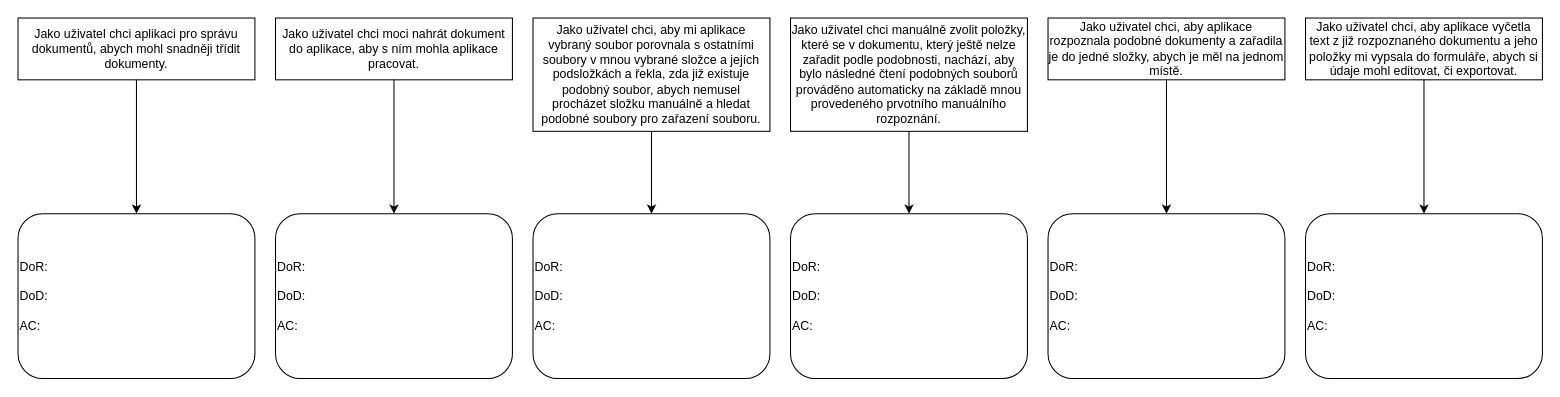
Earlier version of the draw.io diagram documentation/requirements.drawio (marie-sramkova/DP_document_management). Source tidied: cells renumbered, new cells numbered last; positions are measured from the earlier drawing's top-left corner, leaving out a move shared by most shapes. Both pictures are drawn from the tidied source at 103%, with x=0, y=0 at pixel (18, 18).
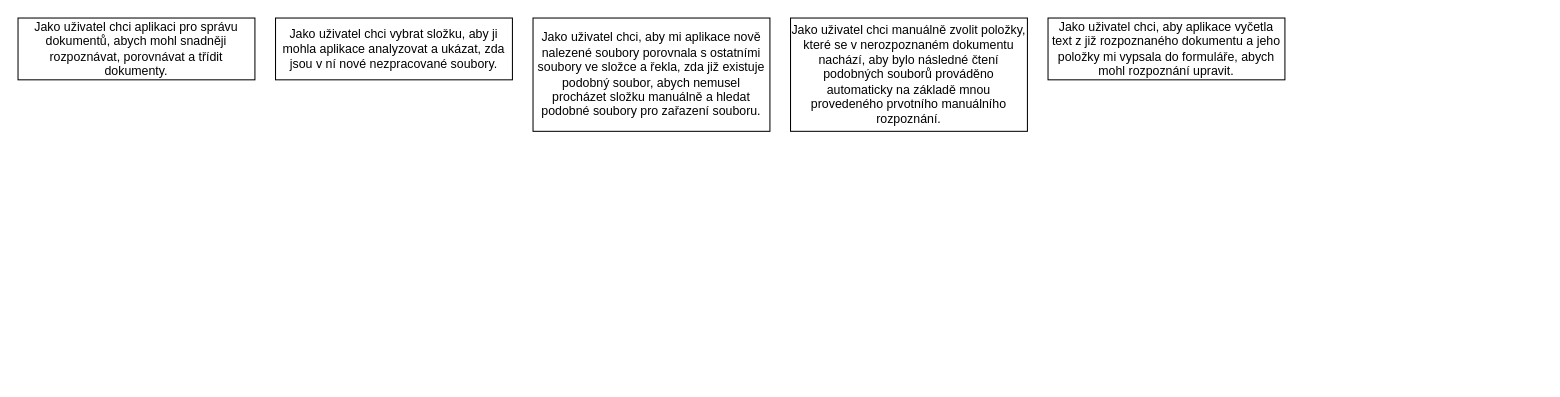
The same page after the edit.

The edit, as a diff of the source:
```diff
@@
 <mxGraphModel>
   <root>
     <mxCell id="0" />
     <mxCell id="1" parent="0" />
-    <mxCell id="2" value="Jako uživatel chci aplikaci pro správu dokumentů, abych mohl snadněji třídit dokumenty." style="rounded=0;whiteSpace=wrap;html=1;" parent="1" vertex="1">
+    <mxCell id="2" value="Jako uživatel chci aplikaci pro správu dokumentů, abych mohl snadněji rozpoznávat, porovnávat&amp;nbsp;a třídit dokumenty." style="rounded=0;whiteSpace=wrap;html=1;" parent="1" vertex="1">
       <mxGeometry width="230" height="60" as="geometry" />
     </mxCell>
-    <mxCell id="3" value="Jako uživatel chci moci nahrát dokument do aplikace, aby s ním mohla aplikace pracovat." style="rounded=0;whiteSpace=wrap;html=1;" parent="1" vertex="1">
+    <mxCell id="3" value="Jako uživatel chci vybrat složku, aby ji mohla aplikace analyzovat a ukázat, zda jsou v ní nové nezpracované soubory." style="rounded=0;whiteSpace=wrap;html=1;" parent="1" vertex="1">
       <mxGeometry x="250" width="230" height="60" as="geometry" />
     </mxCell>
-    <mxCell id="4" value="Jako uživatel chci, aby mi aplikace vybraný soubor porovnala s ostatními soubory v mnou vybrané složce a jejích podsložkách a řekla, zda již existuje podobný soubor, abych nemusel procházet složku manuálně a hledat podobné soubory pro zařazení souboru." style="rounded=0;whiteSpace=wrap;html=1;" parent="1" vertex="1">
+    <mxCell id="4" value="Jako uživatel chci, aby mi aplikace nově nalezené&amp;nbsp;soubory porovnala s ostatními soubory ve složce a řekla, zda již existuje podobný soubor, abych nemusel procházet složku manuálně a hledat podobné soubory pro zařazení souboru." style="rounded=0;whiteSpace=wrap;html=1;" parent="1" vertex="1">
       <mxGeometry x="500" width="230" height="110" as="geometry" />
     </mxCell>
-    <mxCell id="5" value="Jako uživatel chci manuálně zvolit položky, které se v dokumentu, který ještě nelze zařadit podle podobnosti, nachází, aby bylo následné čtení podobných souborů prováděno automaticky na základě mnou provedeného prvotního manuálního rozpoznání." style="rounded=0;whiteSpace=wrap;html=1;" parent="1" vertex="1">
+    <mxCell id="5" value="Jako uživatel chci manuálně zvolit položky, které se v nerozpoznaném dokumentu nachází, aby bylo následné čtení podobných souborů prováděno automaticky na základě mnou provedeného prvotního manuálního rozpoznání." style="rounded=0;whiteSpace=wrap;html=1;" parent="1" vertex="1">
       <mxGeometry x="750" width="230" height="110" as="geometry" />
     </mxCell>
-    <mxCell id="6" value="Jako uživatel chci, aby aplikace rozpoznala podobné dokumenty a zařadila je do jedné složky, abych je měl na jednom místě." style="rounded=0;whiteSpace=wrap;html=1;" parent="1" vertex="1">
-      <mxGeometry x="1000" width="230" height="60" as="geometry" />
-    </mxCell>
-    <mxCell id="7" value="Jako uživatel chci, aby aplikace vyčetla text z již rozpoznaného dokumentu a jeho položky mi vypsala do formuláře, abych si údaje mohl editovat, či exportovat." style="rounded=0;whiteSpace=wrap;html=1;" parent="1" vertex="1">
-      <mxGeometry x="1250" width="230" height="60" as="geometry" />
+    <mxCell id="7" value="Jako uživatel chci, aby aplikace vyčetla text z již rozpoznaného dokumentu a jeho položky mi vypsala do formuláře, abych mohl rozpoznání upravit." style="rounded=0;whiteSpace=wrap;html=1;" parent="1" vertex="1">
+      <mxGeometry x="1000" width="230" height="60" as="geometry" />
     </mxCell>
-    <mxCell id="8" value="&lt;div style=&quot;&quot;&gt;&lt;span style=&quot;background-color: initial;&quot;&gt;DoR:&lt;/span&gt;&lt;/div&gt;&lt;div style=&quot;&quot;&gt;&lt;span style=&quot;background-color: initial;&quot;&gt;&lt;br&gt;&lt;/span&gt;&lt;/div&gt;DoD:&lt;br&gt;&lt;br&gt;AC:&lt;br&gt;" style="rounded=1;whiteSpace=wrap;html=1;align=left;" parent="1" vertex="1">
-      <mxGeometry y="190" width="230" height="160" as="geometry" />
-    </mxCell>
-    <mxCell id="9" value="&lt;div style=&quot;border-color: var(--border-color);&quot;&gt;DoR:&lt;/div&gt;&lt;div style=&quot;border-color: var(--border-color);&quot;&gt;&lt;span style=&quot;border-color: var(--border-color); background-color: initial;&quot;&gt;&lt;br style=&quot;border-color: var(--border-color);&quot;&gt;&lt;/span&gt;&lt;/div&gt;DoD:&lt;br style=&quot;border-color: var(--border-color);&quot;&gt;&lt;br style=&quot;border-color: var(--border-color);&quot;&gt;AC:" style="rounded=1;whiteSpace=wrap;html=1;align=left;" parent="1" vertex="1">
-      <mxGeometry x="250" y="190" width="230" height="160" as="geometry" />
-    </mxCell>
-    <mxCell id="10" value="&lt;div style=&quot;border-color: var(--border-color);&quot;&gt;DoR:&lt;/div&gt;&lt;div style=&quot;border-color: var(--border-color);&quot;&gt;&lt;span style=&quot;border-color: var(--border-color); background-color: initial;&quot;&gt;&lt;br style=&quot;border-color: var(--border-color);&quot;&gt;&lt;/span&gt;&lt;/div&gt;DoD:&lt;br style=&quot;border-color: var(--border-color);&quot;&gt;&lt;br style=&quot;border-color: var(--border-color);&quot;&gt;AC:" style="rounded=1;whiteSpace=wrap;html=1;align=left;" parent="1" vertex="1">
-      <mxGeometry x="500" y="190" width="230" height="160" as="geometry" />
-    </mxCell>
-    <mxCell id="11" value="&lt;div style=&quot;border-color: var(--border-color);&quot;&gt;DoR:&lt;/div&gt;&lt;div style=&quot;border-color: var(--border-color);&quot;&gt;&lt;span style=&quot;border-color: var(--border-color); background-color: initial;&quot;&gt;&lt;br style=&quot;border-color: var(--border-color);&quot;&gt;&lt;/span&gt;&lt;/div&gt;DoD:&lt;br style=&quot;border-color: var(--border-color);&quot;&gt;&lt;br style=&quot;border-color: var(--border-color);&quot;&gt;AC:" style="rounded=1;whiteSpace=wrap;html=1;align=left;" parent="1" vertex="1">
-      <mxGeometry x="750" y="190" width="230" height="160" as="geometry" />
-    </mxCell>
-    <mxCell id="12" value="&lt;div style=&quot;border-color: var(--border-color);&quot;&gt;DoR:&lt;/div&gt;&lt;div style=&quot;border-color: var(--border-color);&quot;&gt;&lt;span style=&quot;border-color: var(--border-color); background-color: initial;&quot;&gt;&lt;br style=&quot;border-color: var(--border-color);&quot;&gt;&lt;/span&gt;&lt;/div&gt;DoD:&lt;br style=&quot;border-color: var(--border-color);&quot;&gt;&lt;br style=&quot;border-color: var(--border-color);&quot;&gt;AC:" style="rounded=1;whiteSpace=wrap;html=1;align=left;" parent="1" vertex="1">
-      <mxGeometry x="1000" y="190" width="230" height="160" as="geometry" />
-    </mxCell>
-    <mxCell id="13" value="&lt;div style=&quot;border-color: var(--border-color);&quot;&gt;DoR:&lt;/div&gt;&lt;div style=&quot;border-color: var(--border-color);&quot;&gt;&lt;span style=&quot;border-color: var(--border-color); background-color: initial;&quot;&gt;&lt;br style=&quot;border-color: var(--border-color);&quot;&gt;&lt;/span&gt;&lt;/div&gt;DoD:&lt;br style=&quot;border-color: var(--border-color);&quot;&gt;&lt;br style=&quot;border-color: var(--border-color);&quot;&gt;AC:" style="rounded=1;whiteSpace=wrap;html=1;align=left;" parent="1" vertex="1">
-      <mxGeometry x="1250" y="190" width="230" height="160" as="geometry" />
-    </mxCell>
-    <mxCell id="14" style="endArrow=classic;html=1;rounded=0;exitX=0.5;exitY=1;exitDx=0;exitDy=0;entryX=0.5;entryY=0;entryDx=0;entryDy=0;" parent="1" edge="1" source="2" target="8">
-      <mxGeometry relative="1" as="geometry" />
-    </mxCell>
-    <mxCell id="15" style="endArrow=classic;html=1;rounded=0;exitX=0.5;exitY=1;exitDx=0;exitDy=0;" parent="1" edge="1" source="3" target="9">
-      <mxGeometry relative="1" as="geometry" />
-    </mxCell>
-    <mxCell id="16" style="endArrow=classic;html=1;rounded=0;exitX=0.5;exitY=1;exitDx=0;exitDy=0;entryX=0.5;entryY=0;entryDx=0;entryDy=0;" parent="1" edge="1" source="4" target="10">
-      <mxGeometry relative="1" as="geometry" />
-    </mxCell>
-    <mxCell id="17" style="endArrow=classic;html=1;rounded=0;exitX=0.5;exitY=1;exitDx=0;exitDy=0;entryX=0.5;entryY=0;entryDx=0;entryDy=0;" parent="1" edge="1" source="5" target="11">
-      <mxGeometry relative="1" as="geometry" />
-    </mxCell>
-    <mxCell id="18" style="endArrow=classic;html=1;rounded=0;exitX=0.5;exitY=1;exitDx=0;exitDy=0;entryX=0.5;entryY=0;entryDx=0;entryDy=0;" parent="1" edge="1" source="6" target="12">
-      <mxGeometry relative="1" as="geometry" />
-    </mxCell>
-    <mxCell id="19" style="endArrow=classic;html=1;rounded=0;exitX=0.5;exitY=1;exitDx=0;exitDy=0;" parent="1" edge="1" source="7" target="13">
-      <mxGeometry relative="1" as="geometry" />
-    </mxCell>
   </root>
 </mxGraphModel>
```
